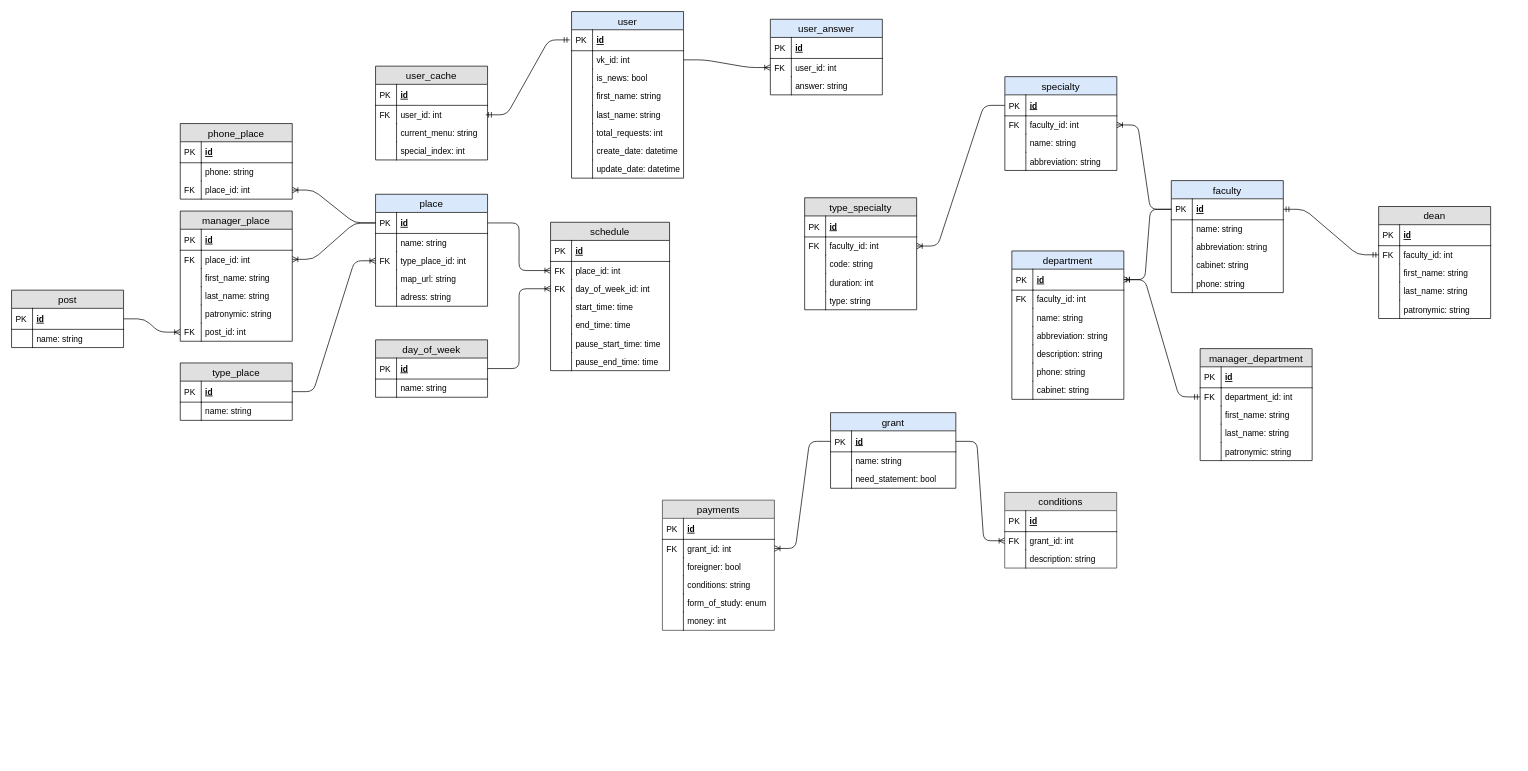
Above: page "БД" (1 of 2) of scheme.drawio in AlertRED/dstu-vk-bot (draw.io), before the change. Source tidied: cells renumbered, new cells numbered last; positions are measured from the earlier drawing's top-left corner, leaving out a move shared by most shapes. Both pictures are drawn from the tidied source at 70%, with x=0, y=0 at pixel (11, 11).
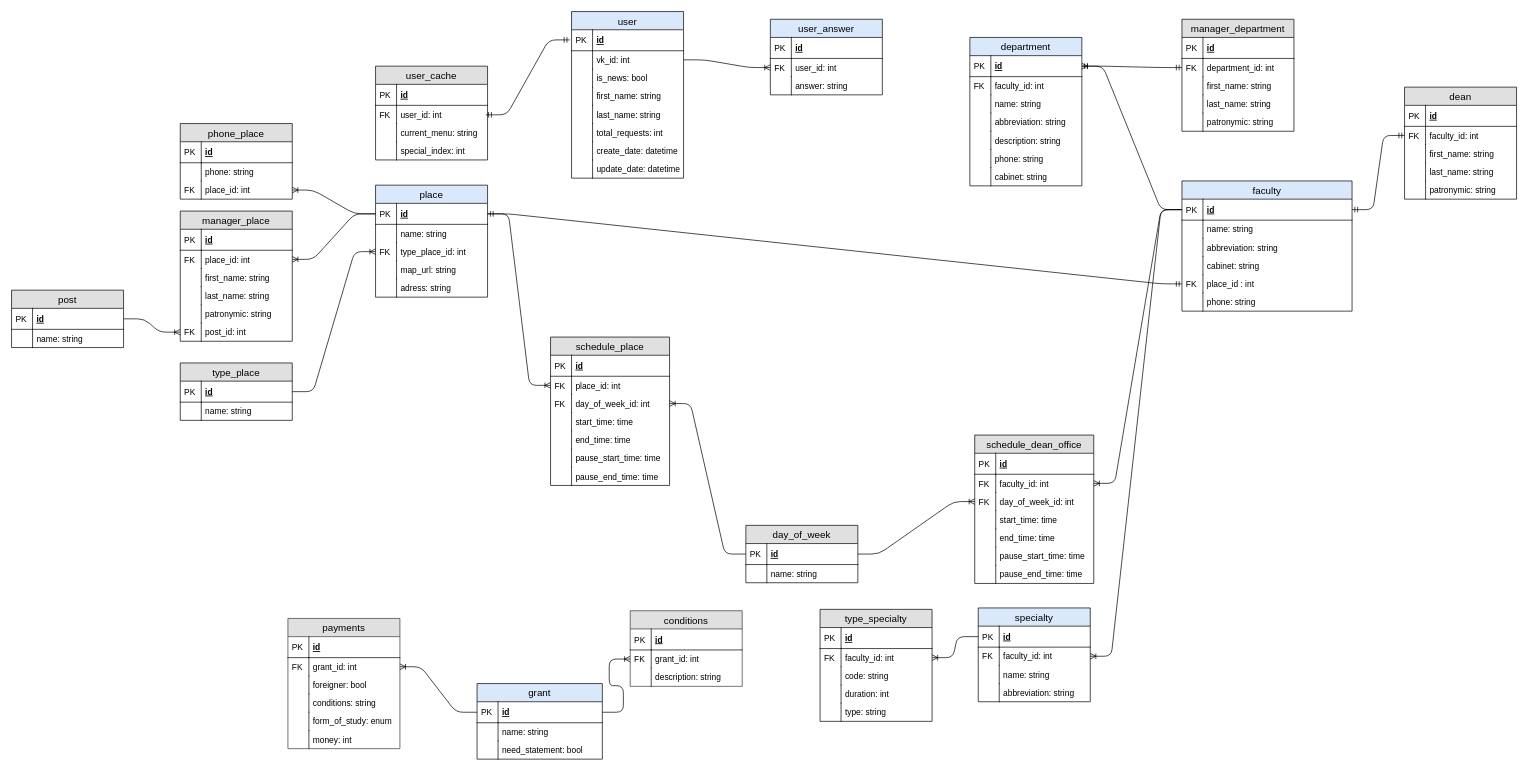
The same page after the edit.

The change refers to these unchanged cells:
```xml
<mxCell id="38" value="id" style="shape=partialRectangle;top=0;left=0;right=0;bottom=1;align=left;verticalAlign=middle;fillColor=none;spacingLeft=34;spacingRight=4;overflow=hidden;points=[[0,0.5],[1,0.5]];portConstraint=eastwest;fontStyle=5;fontSize=12;" parent="37" vertex="1">
  <mxGeometry y="26" width="160" height="30" as="geometry" />
</mxCell>
<mxCell id="51" value="place_id: int" style="shape=partialRectangle;top=0;left=0;right=0;bottom=0;align=left;verticalAlign=top;fillColor=none;spacingLeft=34;spacingRight=4;overflow=hidden;points=[[0,0.5],[1,0.5]];portConstraint=eastwest;fontSize=12;" parent="48" vertex="1">
  <mxGeometry y="56" width="170" height="26" as="geometry" />
</mxCell>
<mxCell id="53" value="day_of_week_id: int" style="shape=partialRectangle;top=0;left=0;right=0;bottom=0;align=left;verticalAlign=top;fillColor=none;spacingLeft=34;spacingRight=4;overflow=hidden;points=[[0,0.5],[1,0.5]];portConstraint=eastwest;fontSize=12;" parent="48" vertex="1">
  <mxGeometry y="82" width="170" height="26" as="geometry" />
</mxCell>
<mxCell id="65" value="id" style="shape=partialRectangle;top=0;left=0;right=0;bottom=1;align=left;verticalAlign=middle;fillColor=none;spacingLeft=34;spacingRight=4;overflow=hidden;points=[[0,0.5],[1,0.5]];portConstraint=eastwest;fontStyle=5;fontSize=12;" parent="64" vertex="1">
  <mxGeometry y="26" width="160" height="30" as="geometry" />
</mxCell>
```

The edit, as a diff of the source:
```diff
@@
     <mxCell id="37" value="place" style="swimlane;fontStyle=0;horizontal=1;startSize=26;fillColor=#dae8fc;swimlaneFillColor=#ffffff;align=center;fontSize=14;strokeColor=#000000;" parent="1" vertex="1">
-      <mxGeometry x="520" y="261" width="160" height="160" as="geometry" />
+      <mxGeometry x="520" y="248" width="160" height="160" as="geometry" />
     </mxCell>
@@
-    <mxCell id="48" value="schedule" style="swimlane;fontStyle=0;horizontal=1;startSize=26;fillColor=#e0e0e0;swimlaneFillColor=#ffffff;align=center;fontSize=14;" parent="1" vertex="1">
-      <mxGeometry x="770" y="301" width="170" height="212" as="geometry" />
+    <mxCell id="48" value="schedule_place" style="swimlane;fontStyle=0;horizontal=1;startSize=26;fillColor=#e0e0e0;swimlaneFillColor=#ffffff;align=center;fontSize=14;" parent="1" vertex="1">
+      <mxGeometry x="770" y="465" width="170" height="212" as="geometry" />
     </mxCell>
@@
-    <mxCell id="63" style="edgeStyle=orthogonalEdgeStyle;fontSize=11;html=1;endArrow=ERoneToMany;fontFamily=Helvetica;fontColor=#000000;align=center;strokeColor=#000000;exitX=1;exitY=0.5;exitDx=0;exitDy=0;" parent="1" edge="1" source="38" target="51">
+    <mxCell id="63" style="edgeStyle=entityRelationEdgeStyle;fontSize=11;html=1;endArrow=ERoneToMany;fontFamily=Helvetica;fontColor=#000000;align=center;strokeColor=#000000;exitX=1;exitY=0.5;exitDx=0;exitDy=0;" parent="1" edge="1" source="38" target="51">
       <mxGeometry relative="1" as="geometry" />
     </mxCell>
     <mxCell id="64" value="day_of_week" style="swimlane;fontStyle=0;horizontal=1;startSize=26;fillColor=#e0e0e0;swimlaneFillColor=#ffffff;align=center;fontSize=14;" parent="1" vertex="1">
-      <mxGeometry x="520" y="469" width="160" height="82" as="geometry" />
+      <mxGeometry x="1049" y="734" width="160" height="82" as="geometry" />
     </mxCell>
@@
-    <mxCell id="97" style="edgeStyle=orthogonalEdgeStyle;fontSize=11;html=1;endArrow=ERoneToMany;fontFamily=Helvetica;fontColor=#000000;align=center;strokeColor=#000000;exitX=1;exitY=0.5;exitDx=0;exitDy=0;entryX=0;entryY=0.5;entryDx=0;entryDy=0;" parent="1" edge="1" source="65" target="53">
+    <mxCell id="97" style="edgeStyle=entityRelationEdgeStyle;fontSize=11;html=1;endArrow=none;fontFamily=Helvetica;fontColor=#000000;align=center;strokeColor=#000000;entryX=0;entryY=0.5;entryDx=0;entryDy=0;exitX=1;exitY=0.5;exitDx=0;exitDy=0;startArrow=ERoneToMany;startFill=0;endFill=0;" parent="1" edge="1" source="53" target="65">
       <mxGeometry relative="1" as="geometry" />
     </mxCell>
@@
     <mxCell id="104" value="specialty" style="swimlane;fontStyle=0;horizontal=1;startSize=26;fillColor=#dae8fc;swimlaneFillColor=#ffffff;align=center;fontSize=14;strokeColor=#000000;" parent="1" vertex="1">
-      <mxGeometry x="1419" y="93" width="160" height="134" as="geometry" />
+      <mxGeometry x="1381" y="852" width="160" height="134" as="geometry" />
     </mxCell>
@@
     <mxCell id="113" value="department" style="swimlane;fontStyle=0;horizontal=1;startSize=26;fillColor=#dae8fc;swimlaneFillColor=#ffffff;align=center;fontSize=14;strokeColor=#000000;" parent="1" vertex="1">
-      <mxGeometry x="1429" y="342" width="160" height="212" as="geometry" />
+      <mxGeometry x="1369" y="37" width="160" height="212" as="geometry" />
     </mxCell>
@@
     <mxCell id="128" value="faculty" style="swimlane;fontStyle=0;horizontal=1;startSize=26;fillColor=#dae8fc;swimlaneFillColor=#ffffff;align=center;fontSize=14;strokeColor=#000000;" parent="1" vertex="1">
-      <mxGeometry x="1656.8" y="241.5" width="160" height="160" as="geometry" />
+      <mxGeometry x="1672" y="242" width="243" height="186" as="geometry" />
     </mxCell>
     <mxCell id="129" value="id" style="shape=partialRectangle;top=0;left=0;right=0;bottom=1;align=left;verticalAlign=middle;fillColor=none;spacingLeft=34;spacingRight=4;overflow=hidden;points=[[0,0.5],[1,0.5]];portConstraint=eastwest;fontStyle=5;fontSize=12;" parent="128" vertex="1">
-      <mxGeometry y="26" width="160" height="30" as="geometry" />
+      <mxGeometry y="26" width="243" height="30" as="geometry" />
     </mxCell>
@@
     <mxCell id="131" value="name: string" style="shape=partialRectangle;top=0;left=0;right=0;bottom=0;align=left;verticalAlign=top;fillColor=none;spacingLeft=34;spacingRight=4;overflow=hidden;fontSize=12;" parent="128" vertex="1">
-      <mxGeometry y="56" width="160" height="26" as="geometry" />
+      <mxGeometry y="56" width="243" height="26" as="geometry" />
     </mxCell>
@@
     <mxCell id="133" value="abbreviation: string" style="shape=partialRectangle;top=0;left=0;right=0;bottom=0;align=left;verticalAlign=top;fillColor=none;spacingLeft=34;spacingRight=4;overflow=hidden;fontSize=12;" parent="128" vertex="1">
-      <mxGeometry y="82" width="160" height="26" as="geometry" />
+      <mxGeometry y="82" width="243" height="26" as="geometry" />
     </mxCell>
@@
     <mxCell id="135" value="cabinet: string&#10;" style="shape=partialRectangle;top=0;left=0;right=0;bottom=0;align=left;verticalAlign=top;fillColor=none;spacingLeft=34;spacingRight=4;overflow=hidden;fontSize=12;" parent="128" vertex="1">
-      <mxGeometry y="108" width="160" height="26" as="geometry" />
+      <mxGeometry y="108" width="243" height="26" as="geometry" />
     </mxCell>
@@
+    <mxCell id="206" value="place_id : int&#10;" style="shape=partialRectangle;top=0;left=0;right=0;bottom=0;align=left;verticalAlign=top;fillColor=none;spacingLeft=34;spacingRight=4;overflow=hidden;points=[[0,0.5],[1,0.5]];portConstraint=eastwest;fontSize=12;" parent="128" vertex="1">
+      <mxGeometry y="134" width="243" height="26" as="geometry" />
+    </mxCell>
+    <mxCell id="207" value="FK" style="shape=partialRectangle;top=0;left=0;bottom=0;fillColor=none;align=left;verticalAlign=top;spacingLeft=4;spacingRight=4;overflow=hidden;fontSize=12;" parent="206" vertex="1">
+      <mxGeometry width="30" height="26" as="geometry" />
+    </mxCell>
     <mxCell id="137" value="phone: string&#10;" style="shape=partialRectangle;top=0;left=0;right=0;bottom=0;align=left;verticalAlign=top;fillColor=none;spacingLeft=34;spacingRight=4;overflow=hidden;fontSize=12;" parent="128" vertex="1">
-      <mxGeometry y="134" width="160" height="26" as="geometry" />
+      <mxGeometry y="160" width="243" height="26" as="geometry" />
     </mxCell>
@@
     <mxCell id="141" value="grant" style="swimlane;fontStyle=0;horizontal=1;startSize=26;fillColor=#dae8fc;swimlaneFillColor=#ffffff;align=center;fontSize=14;strokeColor=#000000;" parent="1" vertex="1">
-      <mxGeometry x="1170" y="573" width="179" height="108" as="geometry" />
+      <mxGeometry x="665" y="960" width="179" height="108" as="geometry" />
     </mxCell>
@@
     <mxCell id="148" value="payments" style="swimlane;fontStyle=0;horizontal=1;startSize=26;fillColor=#E0E0E0;swimlaneFillColor=#ffffff;align=center;fontSize=14;strokeColor=#36393d;" parent="1" vertex="1">
-      <mxGeometry x="929.8" y="698" width="160" height="186" as="geometry" />
+      <mxGeometry x="394.8" y="867" width="160" height="186" as="geometry" />
     </mxCell>
@@
     <mxCell id="162" value="dean" style="swimlane;fontStyle=0;horizontal=1;startSize=26;fillColor=#e0e0e0;swimlaneFillColor=#ffffff;align=center;fontSize=14;" parent="1" vertex="1">
-      <mxGeometry x="1953" y="278.5" width="160" height="160" as="geometry" />
+      <mxGeometry x="1990" y="108" width="160" height="160" as="geometry" />
     </mxCell>
@@
     <mxCell id="174" value="manager_department" style="swimlane;fontStyle=0;horizontal=1;startSize=26;fillColor=#e0e0e0;swimlaneFillColor=#ffffff;align=center;fontSize=14;" parent="1" vertex="1">
-      <mxGeometry x="1698" y="481.5" width="160" height="160" as="geometry" />
+      <mxGeometry x="1672" y="11" width="160" height="160" as="geometry" />
     </mxCell>
@@
     <mxCell id="186" value="conditions" style="swimlane;fontStyle=0;horizontal=1;startSize=26;fillColor=#E0E0E0;swimlaneFillColor=#ffffff;align=center;fontSize=14;strokeColor=#36393d;" parent="1" vertex="1">
-      <mxGeometry x="1418.8" y="687" width="160" height="108" as="geometry" />
+      <mxGeometry x="883.8" y="856" width="160" height="108" as="geometry" />
     </mxCell>
@@
     <mxCell id="194" value="type_specialty" style="swimlane;fontStyle=0;horizontal=1;startSize=26;fillColor=#e0e0e0;swimlaneFillColor=#ffffff;align=center;fontSize=14;" parent="1" vertex="1">
-      <mxGeometry x="1133" y="266" width="160" height="160" as="geometry" />
+      <mxGeometry x="1155" y="854" width="160" height="160" as="geometry" />
     </mxCell>
@@
+    <mxCell id="208" value="schedule_dean_office" style="swimlane;fontStyle=0;horizontal=1;startSize=26;fillColor=#e0e0e0;swimlaneFillColor=#ffffff;align=center;fontSize=14;" parent="1" vertex="1">
+      <mxGeometry x="1376" y="605" width="170" height="212" as="geometry" />
+    </mxCell>
+    <mxCell id="209" value="id" style="shape=partialRectangle;top=0;left=0;right=0;bottom=1;align=left;verticalAlign=middle;fillColor=none;spacingLeft=34;spacingRight=4;overflow=hidden;fontStyle=5;fontSize=12;" parent="208" vertex="1">
+      <mxGeometry y="26" width="170" height="30" as="geometry" />
+    </mxCell>
+    <mxCell id="210" value="PK" style="shape=partialRectangle;top=0;left=0;bottom=0;fillColor=none;align=left;verticalAlign=middle;spacingLeft=4;spacingRight=4;overflow=hidden;fontSize=12;" parent="209" vertex="1">
+      <mxGeometry width="30" height="30" as="geometry" />
+    </mxCell>
+    <mxCell id="211" value="faculty_id: int" style="shape=partialRectangle;top=0;left=0;right=0;bottom=0;align=left;verticalAlign=top;fillColor=none;spacingLeft=34;spacingRight=4;overflow=hidden;points=[[0,0.5],[1,0.5]];portConstraint=eastwest;fontSize=12;" parent="208" vertex="1">
+      <mxGeometry y="56" width="170" height="26" as="geometry" />
+    </mxCell>
+    <mxCell id="212" value="FK" style="shape=partialRectangle;top=0;left=0;bottom=0;fillColor=none;align=left;verticalAlign=top;spacingLeft=4;spacingRight=4;overflow=hidden;fontSize=12;" parent="211" vertex="1">
+      <mxGeometry width="30" height="26" as="geometry" />
+    </mxCell>
+    <mxCell id="213" value="day_of_week_id: int" style="shape=partialRectangle;top=0;left=0;right=0;bottom=0;align=left;verticalAlign=top;fillColor=none;spacingLeft=34;spacingRight=4;overflow=hidden;points=[[0,0.5],[1,0.5]];portConstraint=eastwest;fontSize=12;" parent="208" vertex="1">
+      <mxGeometry y="82" width="170" height="26" as="geometry" />
+    </mxCell>
+    <mxCell id="214" value="FK" style="shape=partialRectangle;top=0;left=0;bottom=0;fillColor=none;align=left;verticalAlign=top;spacingLeft=4;spacingRight=4;overflow=hidden;fontSize=12;" parent="213" vertex="1">
+      <mxGeometry width="30" height="26" as="geometry" />
+    </mxCell>
+    <mxCell id="215" value="start_time: time" style="shape=partialRectangle;top=0;left=0;right=0;bottom=0;align=left;verticalAlign=top;fillColor=none;spacingLeft=34;spacingRight=4;overflow=hidden;fontSize=12;" parent="208" vertex="1">
+      <mxGeometry y="108" width="170" height="26" as="geometry" />
+    </mxCell>
+    <mxCell id="216" style="shape=partialRectangle;top=0;left=0;bottom=0;fillColor=none;align=left;verticalAlign=top;spacingLeft=4;spacingRight=4;overflow=hidden;fontSize=12;" parent="215" vertex="1">
+      <mxGeometry width="30" height="26" as="geometry" />
+    </mxCell>
+    <mxCell id="217" value="end_time: time" style="shape=partialRectangle;top=0;left=0;right=0;bottom=0;align=left;verticalAlign=top;fillColor=none;spacingLeft=34;spacingRight=4;overflow=hidden;fontSize=12;" parent="208" vertex="1">
+      <mxGeometry y="134" width="170" height="26" as="geometry" />
+    </mxCell>
+    <mxCell id="218" style="shape=partialRectangle;top=0;left=0;bottom=0;fillColor=none;align=left;verticalAlign=top;spacingLeft=4;spacingRight=4;overflow=hidden;fontSize=12;" parent="217" vertex="1">
+      <mxGeometry width="30" height="26" as="geometry" />
+    </mxCell>
+    <mxCell id="219" value="pause_start_time: time" style="shape=partialRectangle;top=0;left=0;right=0;bottom=0;align=left;verticalAlign=top;fillColor=none;spacingLeft=34;spacingRight=4;overflow=hidden;fontSize=12;" parent="208" vertex="1">
+      <mxGeometry y="160" width="170" height="26" as="geometry" />
+    </mxCell>
+    <mxCell id="220" style="shape=partialRectangle;top=0;left=0;bottom=0;fillColor=none;align=left;verticalAlign=top;spacingLeft=4;spacingRight=4;overflow=hidden;fontSize=12;" parent="219" vertex="1">
+      <mxGeometry width="30" height="26" as="geometry" />
+    </mxCell>
+    <mxCell id="221" value="pause_end_time: time" style="shape=partialRectangle;top=0;left=0;right=0;bottom=0;align=left;verticalAlign=top;fillColor=none;spacingLeft=34;spacingRight=4;overflow=hidden;fontSize=12;" parent="208" vertex="1">
+      <mxGeometry y="186" width="170" height="26" as="geometry" />
+    </mxCell>
+    <mxCell id="222" style="shape=partialRectangle;top=0;left=0;bottom=0;fillColor=none;align=left;verticalAlign=top;spacingLeft=4;spacingRight=4;overflow=hidden;fontSize=12;" parent="221" vertex="1">
+      <mxGeometry width="30" height="26" as="geometry" />
+    </mxCell>
+    <mxCell id="223" style="edgeStyle=entityRelationEdgeStyle;fontSize=11;html=1;endArrow=ERoneToMany;fontFamily=Helvetica;fontColor=#000000;align=center;strokeColor=#000000;entryX=0;entryY=0.5;entryDx=0;entryDy=0;exitX=1;exitY=0.5;exitDx=0;exitDy=0;" parent="1" edge="1" source="65" target="213">
+      <mxGeometry relative="1" as="geometry" />
+    </mxCell>
+    <mxCell id="224" style="edgeStyle=entityRelationEdgeStyle;fontSize=12;html=1;endArrow=none;exitX=1;exitY=0.5;exitDx=0;exitDy=0;endFill=0;startArrow=ERoneToMany;startFill=0;entryX=0;entryY=0.5;entryDx=0;entryDy=0;" parent="1" edge="1" source="211" target="129">
+      <mxGeometry relative="1" as="geometry" />
+    </mxCell>
+    <mxCell id="225" style="edgeStyle=entityRelationEdgeStyle;fontSize=12;html=1;endArrow=ERmandOne;startArrow=ERmandOne;entryX=0;entryY=0.5;entryDx=0;entryDy=0;exitX=1;exitY=0.5;exitDx=0;exitDy=0;" parent="1" edge="1" source="38" target="206">
+      <mxGeometry relative="1" as="geometry" />
+    </mxCell>
```
